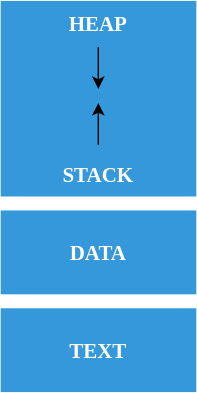
The draw.io diagram process.drawio.svg in yannicschroeer/diagrams, before a commit. Source tidied: cells renumbered, new cells last; positions are measured from the earlier drawing's top-left corner, leaving out a move shared by most shapes. Source of this version:
```xml
<mxGraphModel>
  <root>
    <mxCell id="0" />
    <mxCell id="1" parent="0" />
    <mxCell id="2" value="HEAP&lt;br style=&quot;font-size: 15px&quot;&gt;&lt;br style=&quot;font-size: 15px&quot;&gt;&lt;br style=&quot;font-size: 15px&quot;&gt;&lt;br style=&quot;font-size: 15px&quot;&gt;&lt;br style=&quot;font-size: 15px&quot;&gt;&lt;br style=&quot;font-size: 15px&quot;&gt;STACK" style="whiteSpace=wrap;html=1;strokeColor=none;fillColor=#3498DB;fontStyle=1;fontFamily=Montserrat;fontSource=https%3A%2F%2Ffonts.googleapis.com%2Fcss%3Ffamily%3DMontserrat;fontSize=15;fontColor=#FFFFFF;" parent="1" vertex="1">
      <mxGeometry width="140" height="140" as="geometry" />
    </mxCell>
    <mxCell id="3" value="DATA" style="rounded=0;whiteSpace=wrap;html=1;strokeColor=none;fillColor=#3498DB;fontStyle=1;fontFamily=Montserrat;fontSource=https%3A%2F%2Ffonts.googleapis.com%2Fcss%3Ffamily%3DMontserrat;fontSize=15;fontColor=#FFFFFF;" parent="1" vertex="1">
      <mxGeometry y="150" width="140" height="60" as="geometry" />
    </mxCell>
    <mxCell id="4" value="TEXT" style="rounded=0;whiteSpace=wrap;html=1;strokeColor=none;fillColor=#3498DB;fontStyle=1;fontFamily=Montserrat;fontSource=https%3A%2F%2Ffonts.googleapis.com%2Fcss%3Ffamily%3DMontserrat;fontSize=15;fontColor=#FFFFFF;" parent="1" vertex="1">
      <mxGeometry y="220" width="140" height="60" as="geometry" />
    </mxCell>
    <mxCell id="5" style="endArrow=classic;html=1;rounded=0;fontFamily=Montserrat;fontSource=https%3A%2F%2Ffonts.googleapis.com%2Fcss%3Ffamily%3DMontserrat;fontSize=15;fontColor=#FFFFFF;" parent="1" edge="1">
      <mxGeometry relative="1" as="geometry">
        <mxPoint x="69.9" y="103" as="sourcePoint" />
        <mxPoint x="69.9" y="73" as="targetPoint" />
      </mxGeometry>
    </mxCell>
    <mxCell id="6" style="endArrow=classic;html=1;rounded=0;fontFamily=Montserrat;fontSource=https%3A%2F%2Ffonts.googleapis.com%2Fcss%3Ffamily%3DMontserrat;fontSize=15;fontColor=#FFFFFF;" parent="1" edge="1">
      <mxGeometry relative="1" as="geometry">
        <mxPoint x="69.9" y="33" as="sourcePoint" />
        <mxPoint x="69.9" y="63" as="targetPoint" />
      </mxGeometry>
    </mxCell>
  </root>
</mxGraphModel>
```
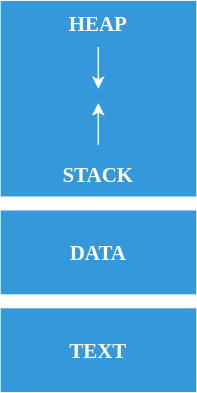
After the change.

The edit, as a diff of the source:
```diff
@@ -11,13 +11,13 @@
     <mxCell id="4" value="TEXT" style="rounded=0;whiteSpace=wrap;html=1;strokeColor=none;fillColor=#3498DB;fontStyle=1;fontFamily=Montserrat;fontSource=https%3A%2F%2Ffonts.googleapis.com%2Fcss%3Ffamily%3DMontserrat;fontSize=15;fontColor=#FFFFFF;" parent="1" vertex="1">
       <mxGeometry y="220" width="140" height="60" as="geometry" />
     </mxCell>
-    <mxCell id="5" style="endArrow=classic;html=1;rounded=0;fontFamily=Montserrat;fontSource=https%3A%2F%2Ffonts.googleapis.com%2Fcss%3Ffamily%3DMontserrat;fontSize=15;fontColor=#FFFFFF;" parent="1" edge="1">
+    <mxCell id="5" style="endArrow=classic;html=1;rounded=0;fontFamily=Montserrat;fontSource=https%3A%2F%2Ffonts.googleapis.com%2Fcss%3Ffamily%3DMontserrat;fontSize=15;fontColor=#FFFFFF;labelBackgroundColor=none;strokeColor=#FFFFFF;" parent="1" edge="1">
       <mxGeometry relative="1" as="geometry">
         <mxPoint x="69.9" y="103" as="sourcePoint" />
         <mxPoint x="69.9" y="73" as="targetPoint" />
       </mxGeometry>
     </mxCell>
-    <mxCell id="6" style="endArrow=classic;html=1;rounded=0;fontFamily=Montserrat;fontSource=https%3A%2F%2Ffonts.googleapis.com%2Fcss%3Ffamily%3DMontserrat;fontSize=15;fontColor=#FFFFFF;" parent="1" edge="1">
+    <mxCell id="6" style="endArrow=classic;html=1;rounded=0;fontFamily=Montserrat;fontSource=https%3A%2F%2Ffonts.googleapis.com%2Fcss%3Ffamily%3DMontserrat;fontSize=15;fontColor=#FFFFFF;labelBackgroundColor=none;strokeColor=#FFFFFF;" parent="1" edge="1">
       <mxGeometry relative="1" as="geometry">
         <mxPoint x="69.9" y="33" as="sourcePoint" />
         <mxPoint x="69.9" y="63" as="targetPoint" />
```
